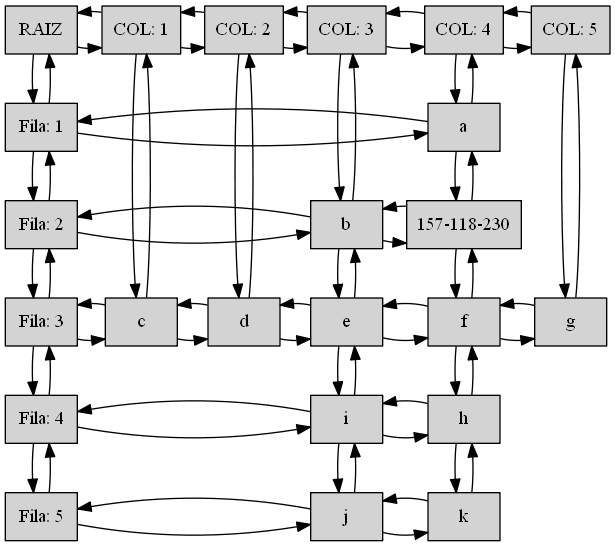
Earlier version of the Graphviz export Proyecto1_EDD_201701133/Grafica.png (SelvinLP/EDD_2S2019_PY1_201701133). Its source is kept beside it as Proyecto1_EDD_201701133/Grafica.dot.
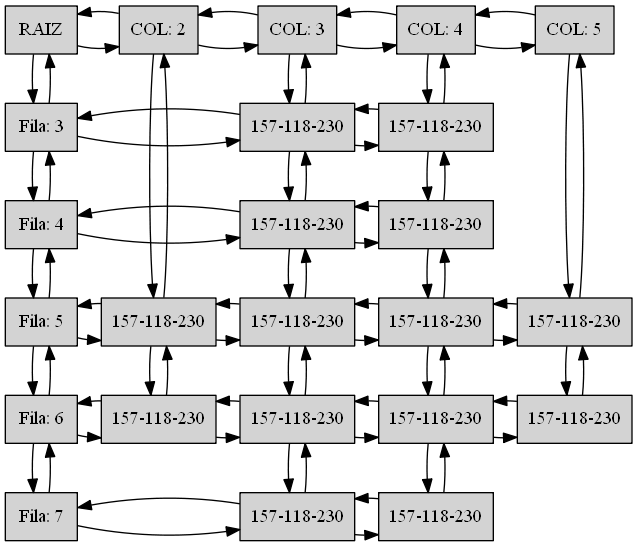
Later version of the same file.

Change to the diagram source:
```diff
@@ -1,101 +1,108 @@
 digraph Grafica {
 size="9,9"
 node[shape=record,style=filled]
-"RAIZ"[label ="{RAIZ}",group = 1]
-"Fila: 1"[label ="{Fila: 1}" ,group = 1 ]
-"Fila: 2"[label ="{Fila: 2}" ,group = 1 ]
-"Fila: 3"[label ="{Fila: 3}" ,group = 1 ]
-"Fila: 4"[label ="{Fila: 4}" ,group = 1 ]
-"Fila: 5"[label ="{Fila: 5}" ,group = 1 ]
-"COL: 1"[label ="{COL: 1}",group = 2]
-"c"[label ="{c}" ,group = 2 ]
-"COL: 2"[label ="{COL: 2}",group = 3]
-"d"[label ="{d}" ,group = 3 ]
-"COL: 3"[label ="{COL: 3}",group = 4]
-"b"[label ="{b}" ,group = 4 ]
-"e"[label ="{e}" ,group = 4 ]
-"i"[label ="{i}" ,group = 4 ]
-"j"[label ="{j}" ,group = 4 ]
-"COL: 4"[label ="{COL: 4}",group = 5]
-"a"[label ="{a}" ,group = 5 ]
-"157-118-230"[label ="{157-118-230}" ,group = 5 ]
-"f"[label ="{f}" ,group = 5 ]
-"h"[label ="{h}" ,group = 5 ]
-"k"[label ="{k}" ,group = 5 ]
-"COL: 5"[label ="{COL: 5}",group = 6]
-"g"[label ="{g}" ,group = 6 ]
-{rank = same;"RAIZ";"COL: 1";"COL: 2";"COL: 3";"COL: 4";"COL: 5";}
-{rank = same;"Fila: 1";"a";}
-{rank = same;"Fila: 2";"b";"157-118-230";}
-{rank = same;"Fila: 3";"c";"d";"e";"f";"g";}
-{rank = same;"Fila: 4";"i";"h";}
-{rank = same;"Fila: 5";"j";"k";}
-"RAIZ" -> "Fila: 1"
-"RAIZ" -> "Fila: 1"[dir=back]
-"RAIZ" -> "COL: 1"
-"RAIZ" -> "COL: 1"[dir=back]
-"Fila: 1" -> "Fila: 2"
-"Fila: 1" -> "Fila: 2"[dir=back]
-"Fila: 1" -> "a"
-"Fila: 1" -> "a"[dir=back]
-"Fila: 2" -> "Fila: 3"
-"Fila: 2" -> "Fila: 3"[dir=back]
-"Fila: 2" -> "b"
-"Fila: 2" -> "b"[dir=back]
-"Fila: 3" -> "Fila: 4"
-"Fila: 3" -> "Fila: 4"[dir=back]
-"Fila: 3" -> "c"
-"Fila: 3" -> "c"[dir=back]
-"Fila: 4" -> "Fila: 5"
-"Fila: 4" -> "Fila: 5"[dir=back]
-"Fila: 4" -> "i"
-"Fila: 4" -> "i"[dir=back]
-"Fila: 5" -> "j"
-"Fila: 5" -> "j"[dir=back]
-"COL: 1" -> "c"
-"COL: 1" -> "c"[dir=back]
-"COL: 1" -> "COL: 2"
-"COL: 1" -> "COL: 2"[dir=back]
-"c" -> "d"
-"c" -> "d"[dir=back]
-"COL: 2" -> "d"
-"COL: 2" -> "d"[dir=back]
-"COL: 2" -> "COL: 3"
-"COL: 2" -> "COL: 3"[dir=back]
-"d" -> "e"
-"d" -> "e"[dir=back]
-"COL: 3" -> "b"
-"COL: 3" -> "b"[dir=back]
-"COL: 3" -> "COL: 4"
-"COL: 3" -> "COL: 4"[dir=back]
-"b" -> "e"
-"b" -> "e"[dir=back]
-"b" -> "157-118-230"
-"b" -> "157-118-230"[dir=back]
-"e" -> "i"
-"e" -> "i"[dir=back]
-"e" -> "f"
-"e" -> "f"[dir=back]
-"i" -> "j"
-"i" -> "j"[dir=back]
-"i" -> "h"
-"i" -> "h"[dir=back]
-"j" -> "k"
-"j" -> "k"[dir=back]
-"COL: 4" -> "a"
-"COL: 4" -> "a"[dir=back]
-"COL: 4" -> "COL: 5"
-"COL: 4" -> "COL: 5"[dir=back]
-"a" -> "157-118-230"
-"a" -> "157-118-230"[dir=back]
-"157-118-230" -> "f"
-"157-118-230" -> "f"[dir=back]
-"f" -> "h"
-"f" -> "h"[dir=back]
-"f" -> "g"
-"f" -> "g"[dir=back]
-"h" -> "k"
-"h" -> "k"[dir=back]
-"COL: 5" -> "g"
-"COL: 5" -> "g"[dir=back]
+"RAIZ-1-1"[label ="{RAIZ}",group = 1]
+"Fila: 3-13"[label ="{Fila: 3}" ,group = 1 ]
+"Fila: 4-14"[label ="{Fila: 4}" ,group = 1 ]
+"Fila: 5-15"[label ="{Fila: 5}" ,group = 1 ]
+"Fila: 6-16"[label ="{Fila: 6}" ,group = 1 ]
+"Fila: 7-17"[label ="{Fila: 7}" ,group = 1 ]
+"COL: 22-1"[label ="{COL: 2}",group = 2]
+"157-118-23025"[label ="{157-118-230}" ,group = 2 ]
+"157-118-23026"[label ="{157-118-230}" ,group = 2 ]
+"COL: 33-1"[label ="{COL: 3}",group = 3]
+"157-118-23033"[label ="{157-118-230}" ,group = 3 ]
+"157-118-23034"[label ="{157-118-230}" ,group = 3 ]
+"157-118-23035"[label ="{157-118-230}" ,group = 3 ]
+"157-118-23036"[label ="{157-118-230}" ,group = 3 ]
+"157-118-23037"[label ="{157-118-230}" ,group = 3 ]
+"COL: 44-1"[label ="{COL: 4}",group = 4]
+"157-118-23043"[label ="{157-118-230}" ,group = 4 ]
+"157-118-23044"[label ="{157-118-230}" ,group = 4 ]
+"157-118-23045"[label ="{157-118-230}" ,group = 4 ]
+"157-118-23046"[label ="{157-118-230}" ,group = 4 ]
+"157-118-23047"[label ="{157-118-230}" ,group = 4 ]
+"COL: 55-1"[label ="{COL: 5}",group = 5]
+"157-118-23055"[label ="{157-118-230}" ,group = 5 ]
+"157-118-23056"[label ="{157-118-230}" ,group = 5 ]
+{rank = same;"RAIZ-1-1";"COL: 22-1";"COL: 33-1";"COL: 44-1";"COL: 55-1";}
+{rank = same;"Fila: 3-13";"157-118-23033";"157-118-23043";}
+{rank = same;"Fila: 4-14";"157-118-23034";"157-118-23044";}
+{rank = same;"Fila: 5-15";"157-118-23025";"157-118-23035";"157-118-23045";"157-118-23055";}
+{rank = same;"Fila: 6-16";"157-118-23026";"157-118-23036";"157-118-23046";"157-118-23056";}
+{rank = same;"Fila: 7-17";"157-118-23037";"157-118-23047";}
+"RAIZ-1-1" -> "Fila: 3-13"
+"RAIZ-1-1" -> "Fila: 3-13"[dir=back]
+"RAIZ-1-1" -> "COL: 22-1"
+"RAIZ-1-1" -> "COL: 22-1"[dir=back]
+"Fila: 3-13" -> "Fila: 4-14"
+"Fila: 3-13" -> "Fila: 4-14"[dir=back]
+"Fila: 3-13" -> "157-118-23033"
+"Fila: 3-13" -> "157-118-23033"[dir=back]
+"Fila: 4-14" -> "Fila: 5-15"
+"Fila: 4-14" -> "Fila: 5-15"[dir=back]
+"Fila: 4-14" -> "157-118-23034"
+"Fila: 4-14" -> "157-118-23034"[dir=back]
+"Fila: 5-15" -> "Fila: 6-16"
+"Fila: 5-15" -> "Fila: 6-16"[dir=back]
+"Fila: 5-15" -> "157-118-23025"
+"Fila: 5-15" -> "157-118-23025"[dir=back]
+"Fila: 6-16" -> "Fila: 7-17"
+"Fila: 6-16" -> "Fila: 7-17"[dir=back]
+"Fila: 6-16" -> "157-118-23026"
+"Fila: 6-16" -> "157-118-23026"[dir=back]
+"Fila: 7-17" -> "157-118-23037"
+"Fila: 7-17" -> "157-118-23037"[dir=back]
+"COL: 22-1" -> "157-118-23025"
+"COL: 22-1" -> "157-118-23025"[dir=back]
+"COL: 22-1" -> "COL: 33-1"
+"COL: 22-1" -> "COL: 33-1"[dir=back]
+"157-118-23025" -> "157-118-23026"
+"157-118-23025" -> "157-118-23026"[dir=back]
+"157-118-23025" -> "157-118-23035"
+"157-118-23025" -> "157-118-23035"[dir=back]
+"157-118-23026" -> "157-118-23036"
+"157-118-23026" -> "157-118-23036"[dir=back]
+"COL: 33-1" -> "157-118-23033"
+"COL: 33-1" -> "157-118-23033"[dir=back]
+"COL: 33-1" -> "COL: 44-1"
+"COL: 33-1" -> "COL: 44-1"[dir=back]
+"157-118-23033" -> "157-118-23034"
+"157-118-23033" -> "157-118-23034"[dir=back]
+"157-118-23033" -> "157-118-23043"
+"157-118-23033" -> "157-118-23043"[dir=back]
+"157-118-23034" -> "157-118-23035"
+"157-118-23034" -> "157-118-23035"[dir=back]
+"157-118-23034" -> "157-118-23044"
+"157-118-23034" -> "157-118-23044"[dir=back]
+"157-118-23035" -> "157-118-23036"
+"157-118-23035" -> "157-118-23036"[dir=back]
+"157-118-23035" -> "157-118-23045"
+"157-118-23035" -> "157-118-23045"[dir=back]
+"157-118-23036" -> "157-118-23037"
+"157-118-23036" -> "157-118-23037"[dir=back]
+"157-118-23036" -> "157-118-23046"
+"157-118-23036" -> "157-118-23046"[dir=back]
+"157-118-23037" -> "157-118-23047"
+"157-118-23037" -> "157-118-23047"[dir=back]
+"COL: 44-1" -> "157-118-23043"
+"COL: 44-1" -> "157-118-23043"[dir=back]
+"COL: 44-1" -> "COL: 55-1"
+"COL: 44-1" -> "COL: 55-1"[dir=back]
+"157-118-23043" -> "157-118-23044"
+"157-118-23043" -> "157-118-23044"[dir=back]
+"157-118-23044" -> "157-118-23045"
+"157-118-23044" -> "157-118-23045"[dir=back]
+"157-118-23045" -> "157-118-23046"
+"157-118-23045" -> "157-118-23046"[dir=back]
+"157-118-23045" -> "157-118-23055"
+"157-118-23045" -> "157-118-23055"[dir=back]
+"157-118-23046" -> "157-118-23047"
+"157-118-23046" -> "157-118-23047"[dir=back]
+"157-118-23046" -> "157-118-23056"
+"157-118-23046" -> "157-118-23056"[dir=back]
+"COL: 55-1" -> "157-118-23055"
+"COL: 55-1" -> "157-118-23055"[dir=back]
+"157-118-23055" -> "157-118-23056"
+"157-118-23055" -> "157-118-23056"[dir=back]
 }
```
